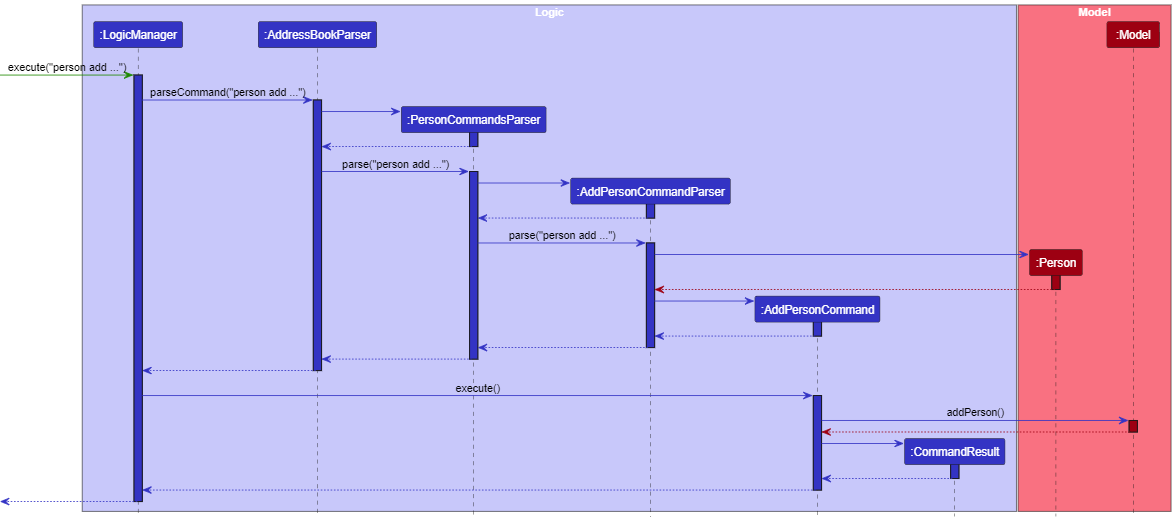
Earlier version of the PlantUML export docs/images/AddPersonCommandSequenceDiagram.png (Kannan171/tp). Its source is kept beside it as docs/diagrams/AddPersonCommandSequenceDiagram.puml.
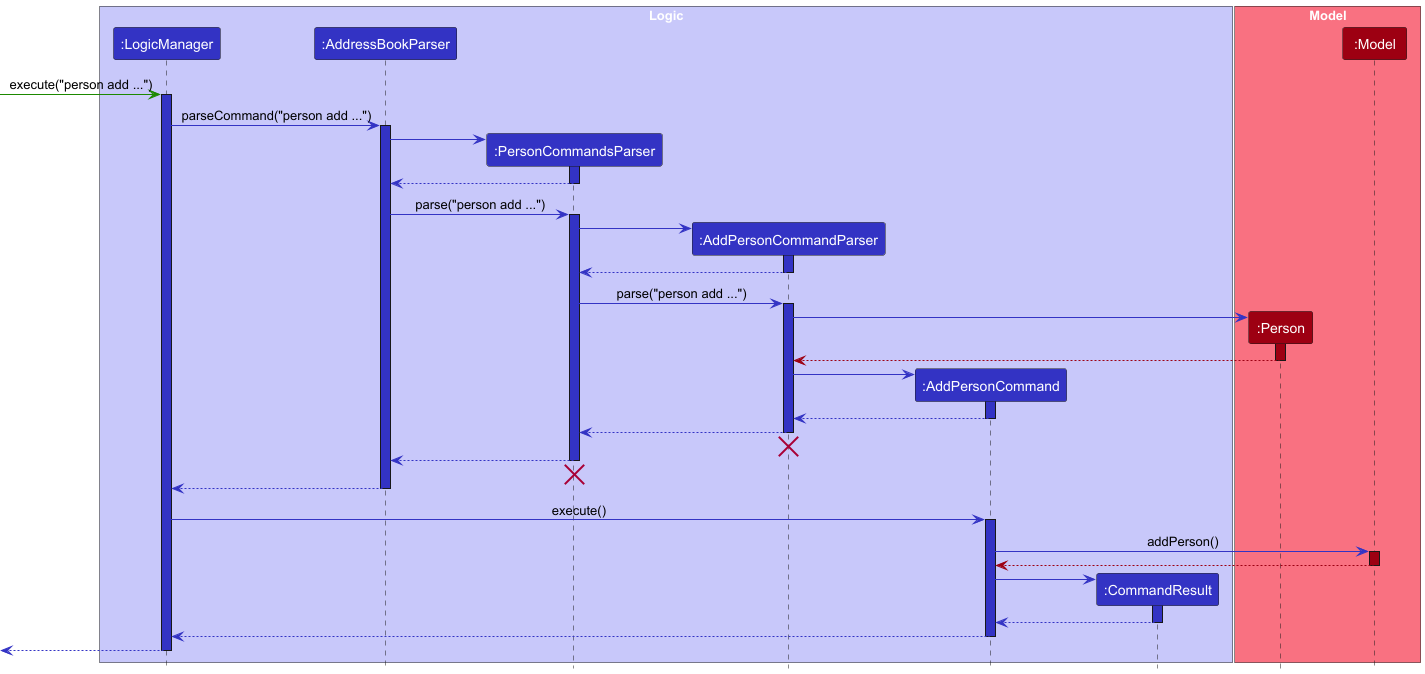
After the commit.

Diff of the diagram source:
```diff
@@ -56,9 +56,13 @@
 
 AddPersonCommandParser --[LOGIC_COLOR]> PersonCommandsParser
 deactivate AddPersonCommandParser
+AddPersonCommandParser -[hidden]-> PersonCommandsParser
+destroy AddPersonCommandParser
 
 PersonCommandsParser --[LOGIC_COLOR]> AddressBookParser
 deactivate PersonCommandsParser
+PersonCommandsParser -[hidden]-> AddressBookParser
+destroy PersonCommandsParser
 
 AddressBookParser --[LOGIC_COLOR]> LogicManager
 deactivate AddressBookParser
```
